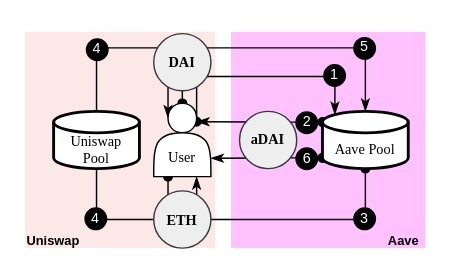
This is diagrams/leverage.drawio from lyc0603/tvl-measurement, a draw.io file, before an edit. Source tidied: cells renumbered, new cells numbered last; positions are measured from the earlier drawing's top-left corner, leaving out a move shared by most shapes. Both pictures are drawn from the tidied source at 143%, with x=0, y=0 at pixel (24, 31).
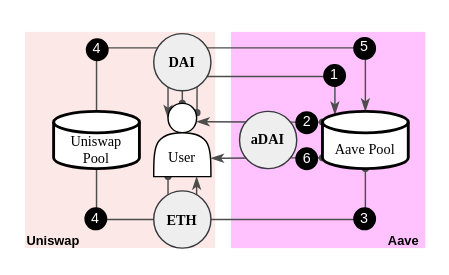
Above is the later version.

Unchanged cells that the change refers to:
```xml
<mxCell id="8" value="&lt;font style=&quot;font-size: 10px;&quot;&gt;&lt;br&gt;&lt;font style=&quot;font-size: 10px;&quot;&gt;&lt;br&gt;User&lt;/font&gt;&lt;/font&gt;" style="shape=actor;whiteSpace=wrap;html=1;fontSize=10;fontFamily=Times New Roman;verticalAlign=middle;" parent="1" vertex="1">
  <mxGeometry x="90" y="49.8" width="40" height="51.2" as="geometry" />
</mxCell>
<mxCell id="11" value="Aave Pool" style="shape=cylinder3;whiteSpace=wrap;html=1;boundedLbl=1;backgroundOutline=1;size=7.5;strokeWidth=2;fontFamily=Times New Roman;fontSize=10;fontStyle=0;" parent="1" vertex="1">
  <mxGeometry x="208" y="55.4" width="60" height="40" as="geometry" />
</mxCell>
```

Change to the diagram source:
```diff
@@
-    <mxCell id="4" style="edgeStyle=orthogonalEdgeStyle;rounded=1;jettySize=auto;html=1;exitX=0.5;exitY=0;exitDx=0;exitDy=0;entryX=0.5;entryY=0;entryDx=0;entryDy=0;entryPerimeter=0;endArrow=classicThin;endFill=1;arcSize=5;fillColor=#d80073;strokeColor=#000000;startArrow=oval;startFill=1;" parent="1" edge="1" source="8" target="11">
+    <mxCell id="4" style="edgeStyle=orthogonalEdgeStyle;rounded=1;jettySize=auto;html=1;exitX=0.5;exitY=0;exitDx=0;exitDy=0;entryX=0.5;entryY=0;entryDx=0;entryDy=0;entryPerimeter=0;endArrow=classicThin;endFill=1;arcSize=5;fillColor=#d80073;strokeColor=#4D4D4D;startArrow=oval;startFill=1;startSize=4;" parent="1" edge="1" source="8" target="11">
       <mxGeometry relative="1" as="geometry">
         <Array as="points">
           <mxPoint x="110" y="11" />
           <mxPoint x="238" y="11" />
         </Array>
       </mxGeometry>
     </mxCell>
-    <mxCell id="5" style="edgeStyle=orthogonalEdgeStyle;rounded=1;orthogonalLoop=1;jettySize=auto;html=1;exitX=0.25;exitY=1;exitDx=0;exitDy=0;entryX=0.25;entryY=0.2;entryDx=0;entryDy=0;entryPerimeter=0;endArrow=classicThin;endFill=1;arcSize=5;strokeColor=#000000;startArrow=oval;startFill=1;" parent="1" edge="1" source="8" target="8">
+    <mxCell id="5" style="edgeStyle=orthogonalEdgeStyle;rounded=1;orthogonalLoop=1;jettySize=auto;html=1;exitX=0.25;exitY=1;exitDx=0;exitDy=0;entryX=0.25;entryY=0.2;entryDx=0;entryDy=0;entryPerimeter=0;endArrow=classicThin;endFill=1;arcSize=5;strokeColor=#4D4D4D;startArrow=oval;startFill=1;startSize=4;" parent="1" edge="1" source="8" target="8">
       <mxGeometry relative="1" as="geometry">
         <Array as="points">
           <mxPoint x="100" y="131" />
           <mxPoint x="50" y="131" />
           <mxPoint x="50" y="11" />
           <mxPoint x="100" y="11" />
         </Array>
       </mxGeometry>
     </mxCell>
-    <mxCell id="6" style="edgeStyle=orthogonalEdgeStyle;rounded=1;jettySize=auto;html=1;exitX=0;exitY=0;exitDx=0;exitDy=7.5;exitPerimeter=0;entryX=0.75;entryY=0.25;entryDx=0;entryDy=0;entryPerimeter=0;endArrow=classicThin;endFill=1;arcSize=5;fillColor=#008a00;strokeColor=#000000;startArrow=oval;startFill=1;" parent="1" edge="1" source="11" target="8">
+    <mxCell id="6" style="edgeStyle=orthogonalEdgeStyle;rounded=1;jettySize=auto;html=1;exitX=0;exitY=0;exitDx=0;exitDy=7.5;exitPerimeter=0;entryX=0.75;entryY=0.25;entryDx=0;entryDy=0;entryPerimeter=0;endArrow=classicThin;endFill=1;arcSize=5;fillColor=#008a00;strokeColor=#4D4D4D;startArrow=oval;startFill=1;startSize=4;" parent="1" edge="1" source="11" target="8">
       <mxGeometry relative="1" as="geometry" />
     </mxCell>
-    <mxCell id="7" style="edgeStyle=orthogonalEdgeStyle;rounded=1;jettySize=auto;html=1;exitX=0.75;exitY=0.25;exitDx=0;exitDy=0;exitPerimeter=0;entryX=0.145;entryY=0;entryDx=0;entryDy=2.175;entryPerimeter=0;endArrow=classicThin;endFill=1;arcSize=5;fillColor=#d80073;strokeColor=#000000;startArrow=oval;startFill=1;" parent="1" edge="1" source="8" target="11">
+    <mxCell id="7" style="edgeStyle=orthogonalEdgeStyle;rounded=1;jettySize=auto;html=1;exitX=0.757;exitY=0.127;exitDx=0;exitDy=0;exitPerimeter=0;entryX=0.145;entryY=0;entryDx=0;entryDy=2.175;entryPerimeter=0;endArrow=classicThin;endFill=1;arcSize=5;fillColor=#d80073;strokeColor=#4D4D4D;startArrow=oval;startFill=1;startSize=4;" parent="1" edge="1" source="8" target="11">
       <mxGeometry relative="1" as="geometry">
         <Array as="points">
           <mxPoint x="120" y="31" />
           <mxPoint x="217" y="31" />
         </Array>
       </mxGeometry>
     </mxCell>
@@
-    <mxCell id="9" style="edgeStyle=orthogonalEdgeStyle;rounded=1;jettySize=auto;html=1;exitX=0.5;exitY=1;exitDx=0;exitDy=0;exitPerimeter=0;entryX=0.75;entryY=1;entryDx=0;entryDy=0;endArrow=classicThin;endFill=1;arcSize=5;fillColor=#1ba1e2;strokeColor=#000000;startArrow=oval;startFill=1;" parent="1" edge="1" source="11" target="8">
+    <mxCell id="9" style="edgeStyle=orthogonalEdgeStyle;rounded=1;jettySize=auto;html=1;exitX=0.5;exitY=1;exitDx=0;exitDy=0;exitPerimeter=0;entryX=0.75;entryY=1;entryDx=0;entryDy=0;endArrow=classicThin;endFill=1;arcSize=5;fillColor=#1ba1e2;strokeColor=#4D4D4D;startArrow=oval;startFill=1;startSize=4;" parent="1" edge="1" source="11" target="8">
       <mxGeometry relative="1" as="geometry">
         <Array as="points">
           <mxPoint x="238" y="131" />
           <mxPoint x="120" y="131" />
         </Array>
       </mxGeometry>
     </mxCell>
-    <mxCell id="10" style="edgeStyle=orthogonalEdgeStyle;rounded=1;jettySize=auto;html=1;exitX=0;exitY=1;exitDx=0;exitDy=-7.5;exitPerimeter=0;entryX=1;entryY=0.75;entryDx=0;entryDy=0;endArrow=classicThin;endFill=1;arcSize=5;fillColor=#008a00;strokeColor=#000000;startArrow=oval;startFill=1;" parent="1" edge="1" source="11" target="8">
+    <mxCell id="10" style="edgeStyle=orthogonalEdgeStyle;rounded=1;jettySize=auto;html=1;exitX=0;exitY=1;exitDx=0;exitDy=-7.5;exitPerimeter=0;entryX=1;entryY=0.75;entryDx=0;entryDy=0;endArrow=classicThin;endFill=1;arcSize=5;fillColor=#008a00;strokeColor=#4D4D4D;startArrow=oval;startFill=1;startSize=4;" parent="1" edge="1" source="11" target="8">
       <mxGeometry relative="1" as="geometry" />
     </mxCell>
```
